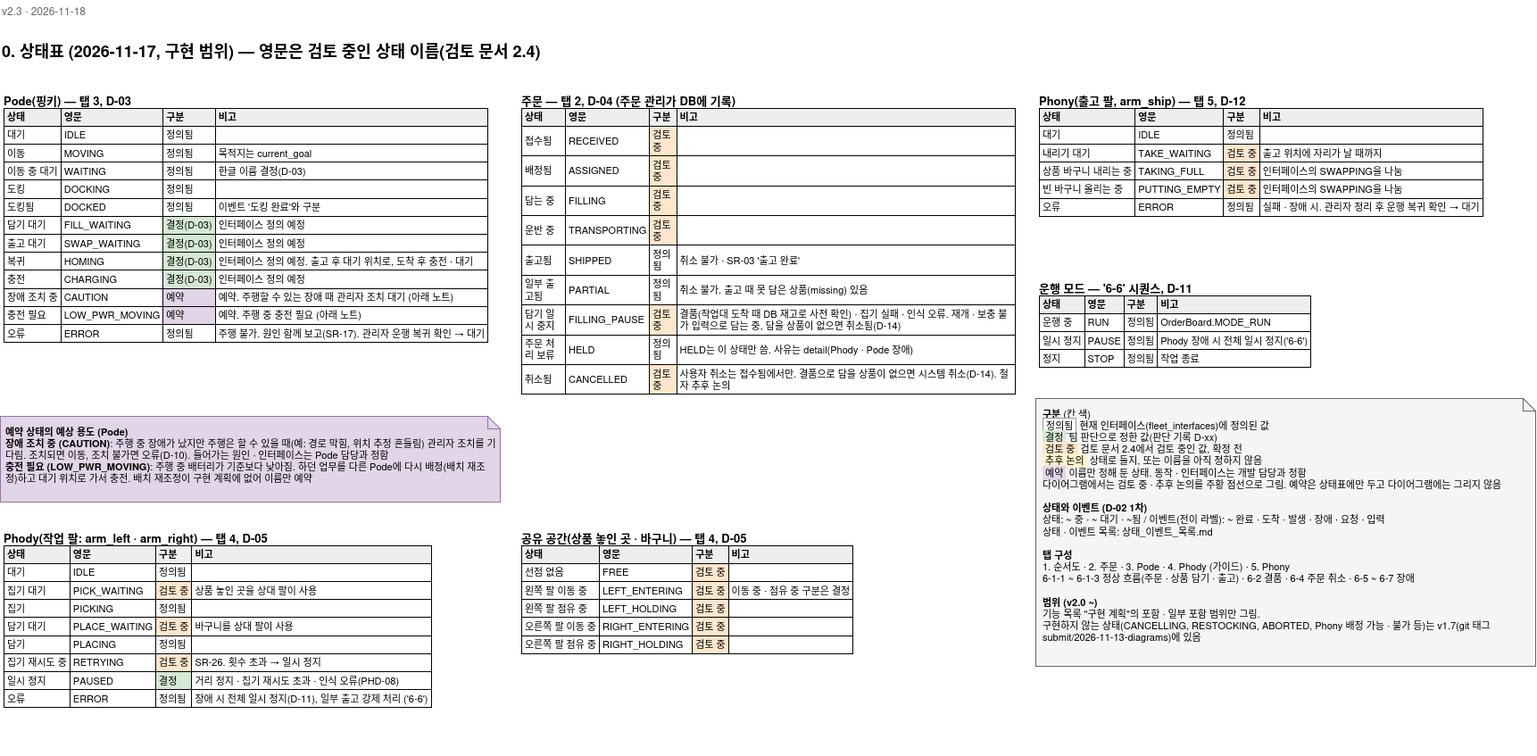
Above: design/exports/Scenario_2nd/2팀_StateDiagram_01-0. 상태표.png in addinedu-roscamp-16th/roscamp-repo-2 (draw.io), before the change. Source tidied: cells renumbered, new cells last; positions are measured from the earlier drawing's top-left corner, leaving out a move shared by most shapes.
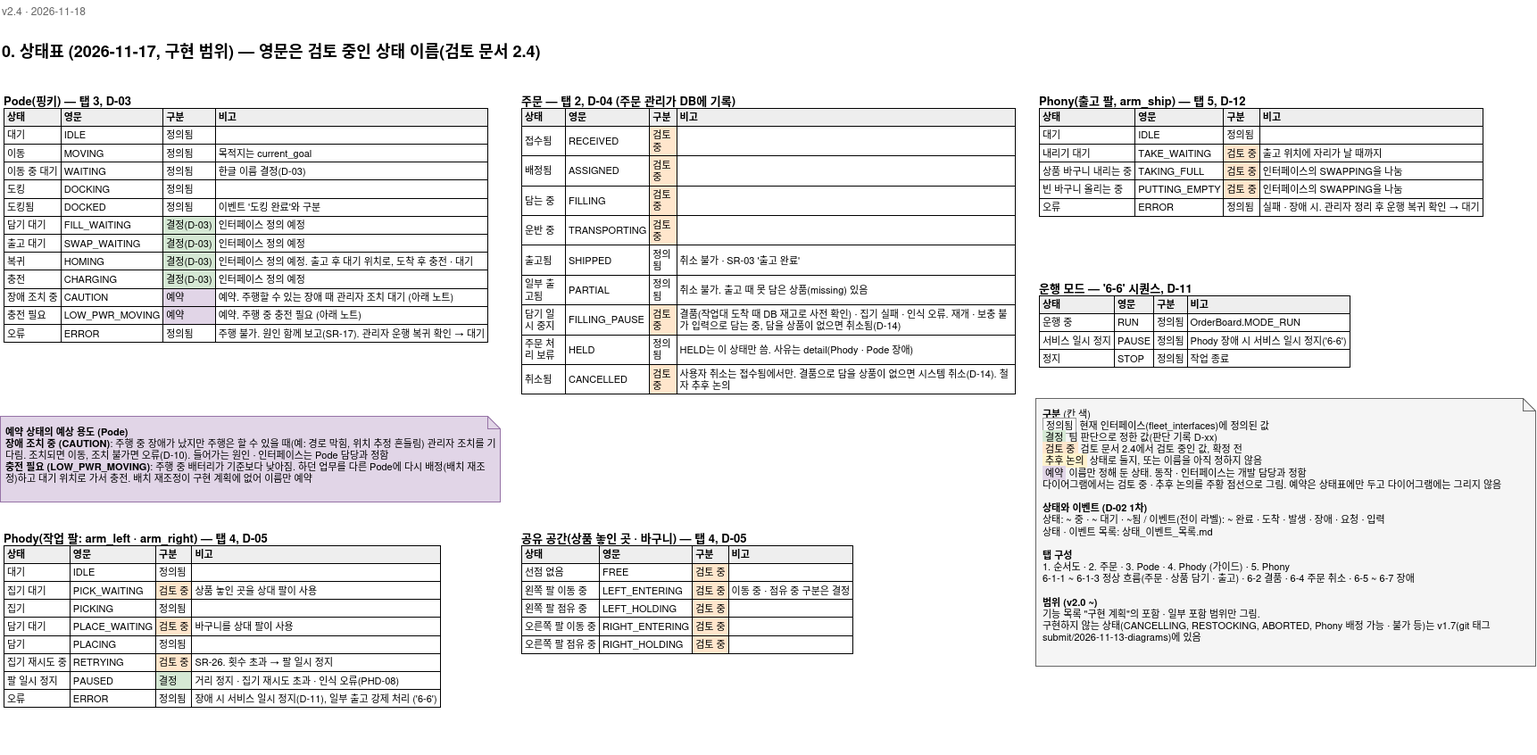
After the change.

The edit, as a diff of the source:
```diff
@@ -11,7 +11,7 @@
     <mxCell id="4" value="&lt;b style='font-size:13px;'&gt;주문 — 탭 2, D-04 (주문 관리가 DB에 기록)&lt;/b&gt;&lt;br&gt;&lt;table border=&quot;1&quot; cellpadding=&quot;3&quot; style=&quot;border-collapse:collapse;font-size:11px;width:100%;&quot;&gt;&lt;tr style=&quot;background:#eeeeee;&quot;&gt;&lt;th&gt;상태&lt;/th&gt;&lt;th&gt;영문&lt;/th&gt;&lt;th&gt;구분&lt;/th&gt;&lt;th&gt;비고&lt;/th&gt;&lt;/tr&gt;&lt;tr&gt;&lt;td&gt;접수됨&lt;/td&gt;&lt;td&gt;RECEIVED&lt;/td&gt;&lt;td style=&quot;background:#ffe6cc;&quot;&gt;검토 중&lt;/td&gt;&lt;td&gt;&lt;/td&gt;&lt;/tr&gt;&lt;tr&gt;&lt;td&gt;배정됨&lt;/td&gt;&lt;td&gt;ASSIGNED&lt;/td&gt;&lt;td style=&quot;background:#ffe6cc;&quot;&gt;검토 중&lt;/td&gt;&lt;td&gt;&lt;/td&gt;&lt;/tr&gt;&lt;tr&gt;&lt;td&gt;담는 중&lt;/td&gt;&lt;td&gt;FILLING&lt;/td&gt;&lt;td style=&quot;background:#ffe6cc;&quot;&gt;검토 중&lt;/td&gt;&lt;td&gt;&lt;/td&gt;&lt;/tr&gt;&lt;tr&gt;&lt;td&gt;운반 중&lt;/td&gt;&lt;td&gt;TRANSPORTING&lt;/td&gt;&lt;td style=&quot;background:#ffe6cc;&quot;&gt;검토 중&lt;/td&gt;&lt;td&gt;&lt;/td&gt;&lt;/tr&gt;&lt;tr&gt;&lt;td&gt;출고됨&lt;/td&gt;&lt;td&gt;SHIPPED&lt;/td&gt;&lt;td style=&quot;background:#ffffff;&quot;&gt;정의됨&lt;/td&gt;&lt;td&gt;취소 불가 · SR-03 '출고 완료'&lt;/td&gt;&lt;/tr&gt;&lt;tr&gt;&lt;td&gt;일부 출고됨&lt;/td&gt;&lt;td&gt;PARTIAL&lt;/td&gt;&lt;td style=&quot;background:#ffffff;&quot;&gt;정의됨&lt;/td&gt;&lt;td&gt;취소 불가. 출고 때 못 담은 상품(missing) 있음&lt;/td&gt;&lt;/tr&gt;&lt;tr&gt;&lt;td&gt;담기 일시 중지&lt;/td&gt;&lt;td&gt;FILLING_PAUSE&lt;/td&gt;&lt;td style=&quot;background:#ffe6cc;&quot;&gt;검토 중&lt;/td&gt;&lt;td&gt;결품(작업대 도착 때 DB 재고로 사전 확인) · 집기 실패 · 인식 오류. 재개 · 보충 불가 입력으로 담는 중, 담을 상품이 없으면 취소됨(D-14)&lt;/td&gt;&lt;/tr&gt;&lt;tr&gt;&lt;td&gt;주문 처리 보류&lt;/td&gt;&lt;td&gt;HELD&lt;/td&gt;&lt;td style=&quot;background:#ffffff;&quot;&gt;정의됨&lt;/td&gt;&lt;td&gt;HELD는 이 상태만 씀. 사유는 detail(Phody · Pode 장애)&lt;/td&gt;&lt;/tr&gt;&lt;tr&gt;&lt;td&gt;취소됨&lt;/td&gt;&lt;td&gt;CANCELLED&lt;/td&gt;&lt;td style=&quot;background:#ffe6cc;&quot;&gt;검토 중&lt;/td&gt;&lt;td&gt;사용자 취소는 접수됨에서만. 결품으로 담을 상품이 없으면 시스템 취소(D-14). 철자 추후 논의&lt;/td&gt;&lt;/tr&gt;&lt;/table&gt;" style="text;html=1;whiteSpace=wrap;align=left;verticalAlign=top;spacing=4;" parent="1" vertex="1">
       <mxGeometry x="580" y="96" width="560" height="280" as="geometry" />
     </mxCell>
-    <mxCell id="5" value="&lt;b style='font-size:13px;'&gt;Phody(작업 팔: arm_left · arm_right) — 탭 4, D-05&lt;/b&gt;&lt;br&gt;&lt;table border=&quot;1&quot; cellpadding=&quot;3&quot; style=&quot;border-collapse:collapse;font-size:11px;width:100%;&quot;&gt;&lt;tr style=&quot;background:#eeeeee;&quot;&gt;&lt;th&gt;상태&lt;/th&gt;&lt;th&gt;영문&lt;/th&gt;&lt;th&gt;구분&lt;/th&gt;&lt;th&gt;비고&lt;/th&gt;&lt;/tr&gt;&lt;tr&gt;&lt;td&gt;대기&lt;/td&gt;&lt;td&gt;IDLE&lt;/td&gt;&lt;td style=&quot;background:#ffffff;&quot;&gt;정의됨&lt;/td&gt;&lt;td&gt;&lt;/td&gt;&lt;/tr&gt;&lt;tr&gt;&lt;td&gt;집기 대기&lt;/td&gt;&lt;td&gt;PICK_WAITING&lt;/td&gt;&lt;td style=&quot;background:#ffe6cc;&quot;&gt;검토 중&lt;/td&gt;&lt;td&gt;상품 놓인 곳을 상대 팔이 사용&lt;/td&gt;&lt;/tr&gt;&lt;tr&gt;&lt;td&gt;집기&lt;/td&gt;&lt;td&gt;PICKING&lt;/td&gt;&lt;td style=&quot;background:#ffffff;&quot;&gt;정의됨&lt;/td&gt;&lt;td&gt;&lt;/td&gt;&lt;/tr&gt;&lt;tr&gt;&lt;td&gt;담기 대기&lt;/td&gt;&lt;td&gt;PLACE_WAITING&lt;/td&gt;&lt;td style=&quot;background:#ffe6cc;&quot;&gt;검토 중&lt;/td&gt;&lt;td&gt;바구니를 상대 팔이 사용&lt;/td&gt;&lt;/tr&gt;&lt;tr&gt;&lt;td&gt;담기&lt;/td&gt;&lt;td&gt;PLACING&lt;/td&gt;&lt;td style=&quot;background:#ffffff;&quot;&gt;정의됨&lt;/td&gt;&lt;td&gt;&lt;/td&gt;&lt;/tr&gt;&lt;tr&gt;&lt;td&gt;집기 재시도 중&lt;/td&gt;&lt;td&gt;RETRYING&lt;/td&gt;&lt;td style=&quot;background:#ffe6cc;&quot;&gt;검토 중&lt;/td&gt;&lt;td&gt;SR-26. 횟수 초과 → 일시 정지&lt;/td&gt;&lt;/tr&gt;&lt;tr&gt;&lt;td&gt;일시 정지&lt;/td&gt;&lt;td&gt;PAUSED&lt;/td&gt;&lt;td style=&quot;background:#d5e8d4;&quot;&gt;결정&lt;/td&gt;&lt;td&gt;거리 정지 · 집기 재시도 초과 · 인식 오류(PHD-08)&lt;/td&gt;&lt;/tr&gt;&lt;tr&gt;&lt;td&gt;오류&lt;/td&gt;&lt;td&gt;ERROR&lt;/td&gt;&lt;td style=&quot;background:#ffffff;&quot;&gt;정의됨&lt;/td&gt;&lt;td&gt;장애 시 전체 일시 정지(D-11), 일부 출고 강제 처리 ('6-6')&lt;/td&gt;&lt;/tr&gt;&lt;/table&gt;" style="text;html=1;whiteSpace=wrap;align=left;verticalAlign=top;spacing=4;" parent="1" vertex="1">
+    <mxCell id="5" value="&lt;b style='font-size:13px;'&gt;Phody(작업 팔: arm_left · arm_right) — 탭 4, D-05&lt;/b&gt;&lt;br&gt;&lt;table border=&quot;1&quot; cellpadding=&quot;3&quot; style=&quot;border-collapse:collapse;font-size:11px;width:100%;&quot;&gt;&lt;tr style=&quot;background:#eeeeee;&quot;&gt;&lt;th&gt;상태&lt;/th&gt;&lt;th&gt;영문&lt;/th&gt;&lt;th&gt;구분&lt;/th&gt;&lt;th&gt;비고&lt;/th&gt;&lt;/tr&gt;&lt;tr&gt;&lt;td&gt;대기&lt;/td&gt;&lt;td&gt;IDLE&lt;/td&gt;&lt;td style=&quot;background:#ffffff;&quot;&gt;정의됨&lt;/td&gt;&lt;td&gt;&lt;/td&gt;&lt;/tr&gt;&lt;tr&gt;&lt;td&gt;집기 대기&lt;/td&gt;&lt;td&gt;PICK_WAITING&lt;/td&gt;&lt;td style=&quot;background:#ffe6cc;&quot;&gt;검토 중&lt;/td&gt;&lt;td&gt;상품 놓인 곳을 상대 팔이 사용&lt;/td&gt;&lt;/tr&gt;&lt;tr&gt;&lt;td&gt;집기&lt;/td&gt;&lt;td&gt;PICKING&lt;/td&gt;&lt;td style=&quot;background:#ffffff;&quot;&gt;정의됨&lt;/td&gt;&lt;td&gt;&lt;/td&gt;&lt;/tr&gt;&lt;tr&gt;&lt;td&gt;담기 대기&lt;/td&gt;&lt;td&gt;PLACE_WAITING&lt;/td&gt;&lt;td style=&quot;background:#ffe6cc;&quot;&gt;검토 중&lt;/td&gt;&lt;td&gt;바구니를 상대 팔이 사용&lt;/td&gt;&lt;/tr&gt;&lt;tr&gt;&lt;td&gt;담기&lt;/td&gt;&lt;td&gt;PLACING&lt;/td&gt;&lt;td style=&quot;background:#ffffff;&quot;&gt;정의됨&lt;/td&gt;&lt;td&gt;&lt;/td&gt;&lt;/tr&gt;&lt;tr&gt;&lt;td&gt;집기 재시도 중&lt;/td&gt;&lt;td&gt;RETRYING&lt;/td&gt;&lt;td style=&quot;background:#ffe6cc;&quot;&gt;검토 중&lt;/td&gt;&lt;td&gt;SR-26. 횟수 초과 → 팔 일시 정지&lt;/td&gt;&lt;/tr&gt;&lt;tr&gt;&lt;td&gt;팔 일시 정지&lt;/td&gt;&lt;td&gt;PAUSED&lt;/td&gt;&lt;td style=&quot;background:#d5e8d4;&quot;&gt;결정&lt;/td&gt;&lt;td&gt;거리 정지 · 집기 재시도 초과 · 인식 오류(PHD-08)&lt;/td&gt;&lt;/tr&gt;&lt;tr&gt;&lt;td&gt;오류&lt;/td&gt;&lt;td&gt;ERROR&lt;/td&gt;&lt;td style=&quot;background:#ffffff;&quot;&gt;정의됨&lt;/td&gt;&lt;td&gt;장애 시 서비스 일시 정지(D-11), 일부 출고 강제 처리 ('6-6')&lt;/td&gt;&lt;/tr&gt;&lt;/table&gt;" style="text;html=1;whiteSpace=wrap;align=left;verticalAlign=top;spacing=4;" parent="1" vertex="1">
       <mxGeometry y="586" width="560" height="260" as="geometry" />
     </mxCell>
     <mxCell id="6" value="&lt;b style='font-size:13px;'&gt;공유 공간(상품 놓인 곳 · 바구니) — 탭 4, D-05&lt;/b&gt;&lt;br&gt;&lt;table border=&quot;1&quot; cellpadding=&quot;3&quot; style=&quot;border-collapse:collapse;font-size:11px;width:100%;&quot;&gt;&lt;tr style=&quot;background:#eeeeee;&quot;&gt;&lt;th&gt;상태&lt;/th&gt;&lt;th&gt;영문&lt;/th&gt;&lt;th&gt;구분&lt;/th&gt;&lt;th&gt;비고&lt;/th&gt;&lt;/tr&gt;&lt;tr&gt;&lt;td&gt;선점 없음&lt;/td&gt;&lt;td&gt;FREE&lt;/td&gt;&lt;td style=&quot;background:#ffe6cc;&quot;&gt;검토 중&lt;/td&gt;&lt;td&gt;&lt;/td&gt;&lt;/tr&gt;&lt;tr&gt;&lt;td&gt;왼쪽 팔 이동 중&lt;/td&gt;&lt;td&gt;LEFT_ENTERING&lt;/td&gt;&lt;td style=&quot;background:#ffe6cc;&quot;&gt;검토 중&lt;/td&gt;&lt;td&gt;이동 중 · 점유 중 구분은 결정&lt;/td&gt;&lt;/tr&gt;&lt;tr&gt;&lt;td&gt;왼쪽 팔 점유 중&lt;/td&gt;&lt;td&gt;LEFT_HOLDING&lt;/td&gt;&lt;td style=&quot;background:#ffe6cc;&quot;&gt;검토 중&lt;/td&gt;&lt;td&gt;&lt;/td&gt;&lt;/tr&gt;&lt;tr&gt;&lt;td&gt;오른쪽 팔 이동 중&lt;/td&gt;&lt;td&gt;RIGHT_ENTERING&lt;/td&gt;&lt;td style=&quot;background:#ffe6cc;&quot;&gt;검토 중&lt;/td&gt;&lt;td&gt;&lt;/td&gt;&lt;/tr&gt;&lt;tr&gt;&lt;td&gt;오른쪽 팔 점유 중&lt;/td&gt;&lt;td&gt;RIGHT_HOLDING&lt;/td&gt;&lt;td style=&quot;background:#ffe6cc;&quot;&gt;검토 중&lt;/td&gt;&lt;td&gt;&lt;/td&gt;&lt;/tr&gt;&lt;/table&gt;" style="text;html=1;whiteSpace=wrap;align=left;verticalAlign=top;spacing=4;" parent="1" vertex="1">
@@ -20,13 +20,13 @@
     <mxCell id="7" value="&lt;b style='font-size:13px;'&gt;Phony(출고 팔, arm_ship) — 탭 5, D-12&lt;/b&gt;&lt;br&gt;&lt;table border=&quot;1&quot; cellpadding=&quot;3&quot; style=&quot;border-collapse:collapse;font-size:11px;width:100%;&quot;&gt;&lt;tr style=&quot;background:#eeeeee;&quot;&gt;&lt;th&gt;상태&lt;/th&gt;&lt;th&gt;영문&lt;/th&gt;&lt;th&gt;구분&lt;/th&gt;&lt;th&gt;비고&lt;/th&gt;&lt;/tr&gt;&lt;tr&gt;&lt;td&gt;대기&lt;/td&gt;&lt;td&gt;IDLE&lt;/td&gt;&lt;td style=&quot;background:#ffffff;&quot;&gt;정의됨&lt;/td&gt;&lt;td&gt;&lt;/td&gt;&lt;/tr&gt;&lt;tr&gt;&lt;td&gt;내리기 대기&lt;/td&gt;&lt;td&gt;TAKE_WAITING&lt;/td&gt;&lt;td style=&quot;background:#ffe6cc;&quot;&gt;검토 중&lt;/td&gt;&lt;td&gt;출고 위치에 자리가 날 때까지&lt;/td&gt;&lt;/tr&gt;&lt;tr&gt;&lt;td&gt;상품 바구니 내리는 중&lt;/td&gt;&lt;td&gt;TAKING_FULL&lt;/td&gt;&lt;td style=&quot;background:#ffe6cc;&quot;&gt;검토 중&lt;/td&gt;&lt;td&gt;인터페이스의 SWAPPING을 나눔&lt;/td&gt;&lt;/tr&gt;&lt;tr&gt;&lt;td&gt;빈 바구니 올리는 중&lt;/td&gt;&lt;td&gt;PUTTING_EMPTY&lt;/td&gt;&lt;td style=&quot;background:#ffe6cc;&quot;&gt;검토 중&lt;/td&gt;&lt;td&gt;인터페이스의 SWAPPING을 나눔&lt;/td&gt;&lt;/tr&gt;&lt;tr&gt;&lt;td&gt;오류&lt;/td&gt;&lt;td&gt;ERROR&lt;/td&gt;&lt;td style=&quot;background:#ffffff;&quot;&gt;정의됨&lt;/td&gt;&lt;td&gt;실패 · 장애 시. 관리자 정리 후 운행 복귀 확인 → 대기&lt;/td&gt;&lt;/tr&gt;&lt;/table&gt;" style="text;html=1;whiteSpace=wrap;align=left;verticalAlign=top;spacing=4;" parent="1" vertex="1">
       <mxGeometry x="1160" y="96" width="560" height="190" as="geometry" />
     </mxCell>
-    <mxCell id="8" value="&lt;b style='font-size:13px;'&gt;운행 모드 — '6-6' 시퀀스, D-11&lt;/b&gt;&lt;br&gt;&lt;table border=&quot;1&quot; cellpadding=&quot;3&quot; style=&quot;border-collapse:collapse;font-size:11px;width:100%;&quot;&gt;&lt;tr style=&quot;background:#eeeeee;&quot;&gt;&lt;th&gt;상태&lt;/th&gt;&lt;th&gt;영문&lt;/th&gt;&lt;th&gt;구분&lt;/th&gt;&lt;th&gt;비고&lt;/th&gt;&lt;/tr&gt;&lt;tr&gt;&lt;td&gt;운행 중&lt;/td&gt;&lt;td&gt;RUN&lt;/td&gt;&lt;td style=&quot;background:#ffffff;&quot;&gt;정의됨&lt;/td&gt;&lt;td&gt;OrderBoard.MODE_RUN&lt;/td&gt;&lt;/tr&gt;&lt;tr&gt;&lt;td&gt;일시 정지&lt;/td&gt;&lt;td&gt;PAUSE&lt;/td&gt;&lt;td style=&quot;background:#ffffff;&quot;&gt;정의됨&lt;/td&gt;&lt;td&gt;Phody 장애 시 전체 일시 정지('6-6')&lt;/td&gt;&lt;/tr&gt;&lt;tr&gt;&lt;td&gt;정지&lt;/td&gt;&lt;td&gt;STOP&lt;/td&gt;&lt;td style=&quot;background:#ffffff;&quot;&gt;정의됨&lt;/td&gt;&lt;td&gt;작업 종료&lt;/td&gt;&lt;/tr&gt;&lt;/table&gt;" style="text;html=1;whiteSpace=wrap;align=left;verticalAlign=top;spacing=4;" parent="1" vertex="1">
+    <mxCell id="8" value="&lt;b style='font-size:13px;'&gt;운행 모드 — '6-6' 시퀀스, D-11&lt;/b&gt;&lt;br&gt;&lt;table border=&quot;1&quot; cellpadding=&quot;3&quot; style=&quot;border-collapse:collapse;font-size:11px;width:100%;&quot;&gt;&lt;tr style=&quot;background:#eeeeee;&quot;&gt;&lt;th&gt;상태&lt;/th&gt;&lt;th&gt;영문&lt;/th&gt;&lt;th&gt;구분&lt;/th&gt;&lt;th&gt;비고&lt;/th&gt;&lt;/tr&gt;&lt;tr&gt;&lt;td&gt;운행 중&lt;/td&gt;&lt;td&gt;RUN&lt;/td&gt;&lt;td style=&quot;background:#ffffff;&quot;&gt;정의됨&lt;/td&gt;&lt;td&gt;OrderBoard.MODE_RUN&lt;/td&gt;&lt;/tr&gt;&lt;tr&gt;&lt;td&gt;서비스 일시 정지&lt;/td&gt;&lt;td&gt;PAUSE&lt;/td&gt;&lt;td style=&quot;background:#ffffff;&quot;&gt;정의됨&lt;/td&gt;&lt;td&gt;Phody 장애 시 서비스 일시 정지('6-6')&lt;/td&gt;&lt;/tr&gt;&lt;tr&gt;&lt;td&gt;정지&lt;/td&gt;&lt;td&gt;STOP&lt;/td&gt;&lt;td style=&quot;background:#ffffff;&quot;&gt;정의됨&lt;/td&gt;&lt;td&gt;작업 종료&lt;/td&gt;&lt;/tr&gt;&lt;/table&gt;" style="text;html=1;whiteSpace=wrap;align=left;verticalAlign=top;spacing=4;" parent="1" vertex="1">
       <mxGeometry x="1160" y="306" width="560" height="120" as="geometry" />
     </mxCell>
     <mxCell id="9" value="&lt;b&gt;구분&lt;/b&gt; (칸 색)&lt;br&gt;&lt;span style=&quot;background:#ffffff;border:1px solid #999;&quot;&gt;&amp;nbsp;정의됨&amp;nbsp;&lt;/span&gt; 현재 인터페이스(fleet_interfaces)에 정의된 값&lt;br&gt;&lt;span style=&quot;background:#d5e8d4;&quot;&gt;&amp;nbsp;결정&amp;nbsp;&lt;/span&gt; 팀 판단으로 정한 값(판단 기록 D-xx)&lt;br&gt;&lt;span style=&quot;background:#ffe6cc;&quot;&gt;&amp;nbsp;검토 중&amp;nbsp;&lt;/span&gt; 검토 문서 2.4에서 검토 중인 값, 확정 전&lt;br&gt;&lt;span style=&quot;background:#fff2cc;&quot;&gt;&amp;nbsp;추후 논의&amp;nbsp;&lt;/span&gt; 상태로 둘지, 또는 이름을 아직 정하지 않음&lt;br&gt;&lt;span style=&quot;background:#e1d5e7;&quot;&gt;&amp;nbsp;예약&amp;nbsp;&lt;/span&gt; 이름만 정해 둔 상태. 동작 · 인터페이스는 개발 담당과 정함&lt;br&gt;다이어그램에서는 검토 중 · 추후 논의를 주황 점선으로 그림. 예약은 상태표에만 두고 다이어그램에는 그리지 않음&lt;br&gt;&lt;br&gt;&lt;b&gt;상태와 이벤트 (D-02 1차)&lt;/b&gt;&lt;br&gt;상태: ~ 중 · ~ 대기 · ~됨 / 이벤트(전이 라벨): ~ 완료 · 도착 · 발생 · 장애 · 요청 · 입력&lt;br&gt;상태 · 이벤트 목록: 상태_이벤트_목록.md&lt;br&gt;&lt;br&gt;&lt;b&gt;탭 구성&lt;/b&gt;&lt;br&gt;1. 순서도 · 2. 주문 · 3. Pode · 4. Phody (가이드) · 5. Phony&lt;br&gt;6-1-1 ~ 6-1-3 정상 흐름(주문 · 상품 담기 · 출고) · 6-2 결품 · 6-4 주문 취소 · 6-5 ~ 6-7 장애&lt;br&gt;&lt;br&gt;&lt;b&gt;범위 (v2.0 ~)&lt;/b&gt;&lt;br&gt;기능 목록 &quot;구현 계획&quot;의 포함 · 일부 포함 범위만 그림.&lt;br&gt;구현하지 않는 상태(CANCELLING, RESTOCKING, ABORTED, Phony 배정 가능 · 불가 등)는 v1.7(git 태그 submit/2026-11-13-diagrams)에 있음" style="shape=note;size=14;whiteSpace=wrap;html=1;fillColor=#f5f5f5;strokeColor=#666666;fontSize=11;align=left;verticalAlign=top;spacingLeft=6;spacingTop=4;" parent="1" vertex="1">
       <mxGeometry x="1160" y="446" width="560" height="300" as="geometry" />
     </mxCell>
-    <mxCell id="10" value="v2.3 · 2026-11-18" style="text;html=1;fontSize=12;fontColor=#666666;align=left;verticalAlign=middle;" parent="1" vertex="1">
+    <mxCell id="10" value="v2.4 · 2026-11-18" style="text;html=1;fontSize=12;fontColor=#666666;align=left;verticalAlign=middle;" parent="1" vertex="1">
       <mxGeometry width="200" height="24" as="geometry" />
     </mxCell>
     <mxCell id="11" value="&lt;b&gt;예약 상태의 예상 용도 (Pode)&lt;/b&gt;&lt;br&gt;&lt;b&gt;장애 조치 중 (CAUTION)&lt;/b&gt;: 주행 중 장애가 났지만 주행은 할 수 있을 때(예: 경로 막힘, 위치 추정 흔들림) 관리자 조치를 기다림. 조치되면 이동, 조치 불가면 오류(D-10). 들어가는 원인 · 인터페이스는 Pode 담당과 정함&lt;br&gt;&lt;b&gt;충전 필요 (LOW_PWR_MOVING)&lt;/b&gt;: 주행 중 배터리가 기준보다 낮아짐. 하던 업무를 다른 Pode에 다시 배정(배치 재조정)하고 대기 위치로 가서 충전. 배치 재조정이 구현 계획에 없어 이름만 예약" style="shape=note;whiteSpace=wrap;html=1;size=14;align=left;verticalAlign=top;spacing=6;fontSize=11;fillColor=#e1d5e7;strokeColor=#9673a6;" parent="1" vertex="1">
```
